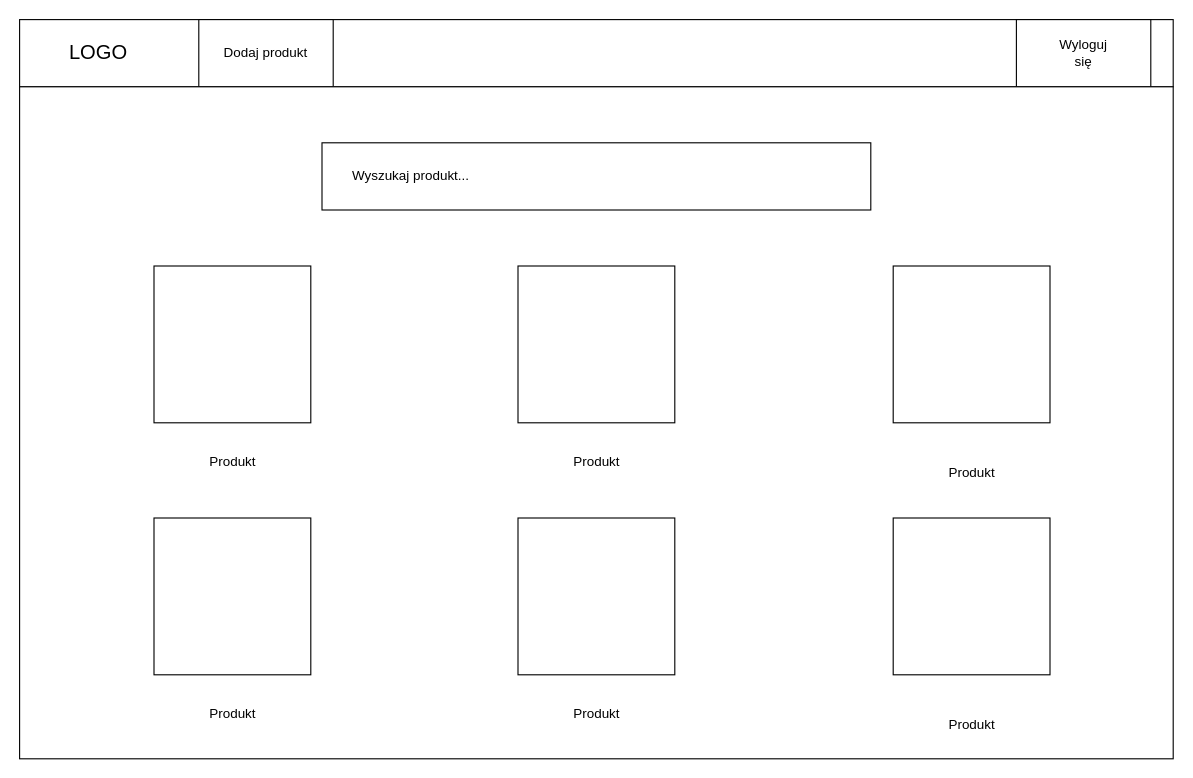
Before: 7/koordynator/panel_koordynator.drawio in Tarik-Alaiwi-dev/PSI-Docs, a draw.io diagram. Source tidied: cells renumbered, new cells numbered last; positions are measured from the earlier drawing's top-left corner, leaving out a move shared by most shapes. Both pictures are drawn from the tidied source at 112%, with x=0, y=0 at pixel (19, 19).
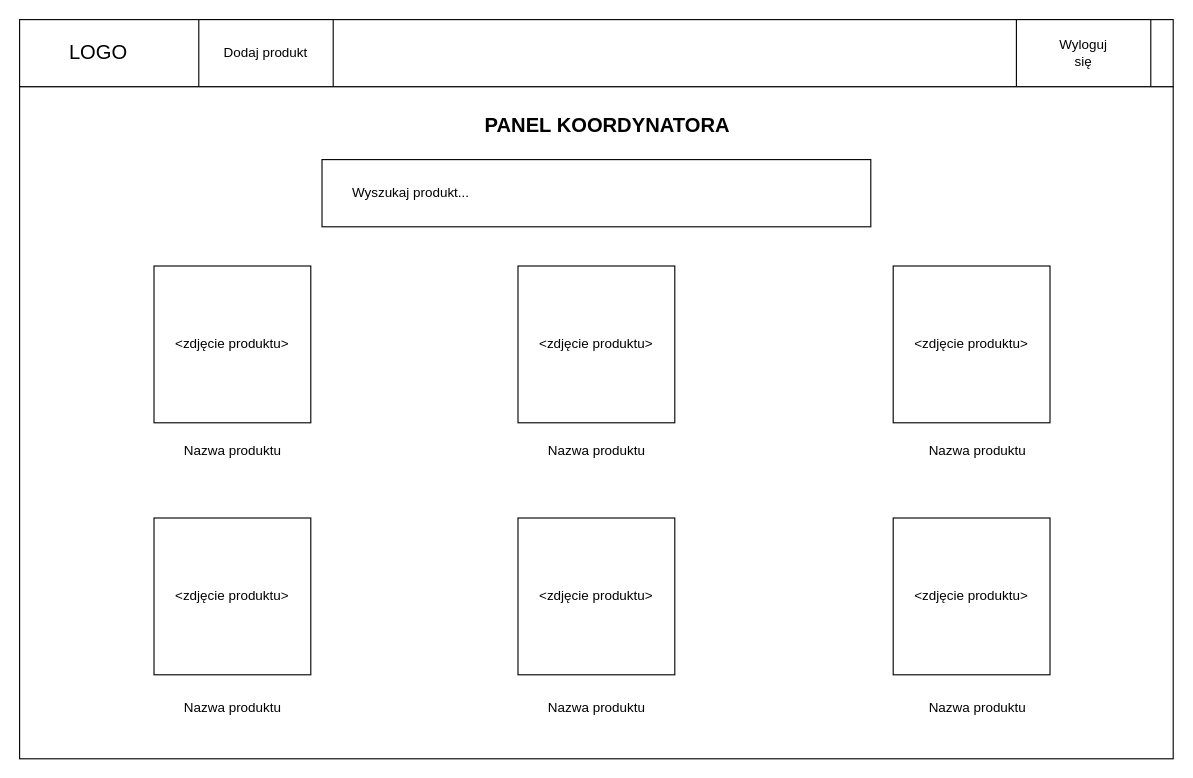
After the change.

The edit, as a diff of the source:
```diff
@@
     <mxCell id="9" style="rounded=0;whiteSpace=wrap;html=1;" parent="1" vertex="1">
-      <mxGeometry x="270" y="110" width="490" height="60" as="geometry" />
+      <mxGeometry x="270" y="125" width="490" height="60" as="geometry" />
     </mxCell>
     <mxCell id="10" value="Wyszukaj produkt..." style="text;html=1;align=center;verticalAlign=middle;strokeColor=none;fillColor=none;" parent="1" vertex="1">
-      <mxGeometry x="284" y="125" width="130" height="30" as="geometry" />
+      <mxGeometry x="284" y="140" width="130" height="30" as="geometry" />
     </mxCell>
@@
-    <mxCell id="14" value="Produkt" style="text;html=1;align=center;verticalAlign=middle;strokeColor=none;fillColor=none;" parent="1" vertex="1">
-      <mxGeometry x="160" y="380" width="60" height="30" as="geometry" />
+    <mxCell id="14" value="Nazwa produktu" style="text;html=1;align=center;verticalAlign=middle;strokeColor=none;fillColor=none;" parent="1" vertex="1">
+      <mxGeometry x="135" y="370" width="110" height="30" as="geometry" />
     </mxCell>
-    <mxCell id="15" value="Produkt" style="text;html=1;align=center;verticalAlign=middle;strokeColor=none;fillColor=none;" parent="1" vertex="1">
-      <mxGeometry x="485" y="380" width="60" height="30" as="geometry" />
+    <mxCell id="15" value="Nazwa produktu" style="text;html=1;align=center;verticalAlign=middle;strokeColor=none;fillColor=none;" parent="1" vertex="1">
+      <mxGeometry x="460" y="370" width="110" height="30" as="geometry" />
     </mxCell>
-    <mxCell id="16" value="Produkt" style="text;html=1;align=center;verticalAlign=middle;strokeColor=none;fillColor=none;" parent="1" vertex="1">
-      <mxGeometry x="820" y="390" width="60" height="30" as="geometry" />
-    </mxCell>
@@
-    <mxCell id="20" value="Produkt" style="text;html=1;align=center;verticalAlign=middle;strokeColor=none;fillColor=none;" parent="1" vertex="1">
-      <mxGeometry x="160" y="605" width="60" height="30" as="geometry" />
-    </mxCell>
-    <mxCell id="21" value="Produkt" style="text;html=1;align=center;verticalAlign=middle;strokeColor=none;fillColor=none;" parent="1" vertex="1">
-      <mxGeometry x="485" y="605" width="60" height="30" as="geometry" />
-    </mxCell>
-    <mxCell id="22" value="Produkt" style="text;html=1;align=center;verticalAlign=middle;strokeColor=none;fillColor=none;" parent="1" vertex="1">
-      <mxGeometry x="820" y="615" width="60" height="30" as="geometry" />
-    </mxCell>
+    <mxCell id="23" value="&amp;lt;zdjęcie produktu&amp;gt;" style="text;html=1;align=center;verticalAlign=middle;whiteSpace=wrap;rounded=0;" parent="1" vertex="1">
+      <mxGeometry x="130" y="275" width="120" height="30" as="geometry" />
+    </mxCell>
+    <mxCell id="24" value="&amp;lt;zdjęcie produktu&amp;gt;" style="text;html=1;align=center;verticalAlign=middle;whiteSpace=wrap;rounded=0;" parent="1" vertex="1">
+      <mxGeometry x="455" y="275" width="120" height="30" as="geometry" />
+    </mxCell>
+    <mxCell id="25" value="&amp;lt;zdjęcie produktu&amp;gt;" style="text;html=1;align=center;verticalAlign=middle;whiteSpace=wrap;rounded=0;" parent="1" vertex="1">
+      <mxGeometry x="790" y="275" width="120" height="30" as="geometry" />
+    </mxCell>
+    <mxCell id="26" value="&amp;lt;zdjęcie produktu&amp;gt;" style="text;html=1;align=center;verticalAlign=middle;whiteSpace=wrap;rounded=0;" parent="1" vertex="1">
+      <mxGeometry x="130" y="500" width="120" height="30" as="geometry" />
+    </mxCell>
+    <mxCell id="27" value="&amp;lt;zdjęcie produktu&amp;gt;" style="text;html=1;align=center;verticalAlign=middle;whiteSpace=wrap;rounded=0;" parent="1" vertex="1">
+      <mxGeometry x="455" y="500" width="120" height="30" as="geometry" />
+    </mxCell>
+    <mxCell id="28" value="&amp;lt;zdjęcie produktu&amp;gt;" style="text;html=1;align=center;verticalAlign=middle;whiteSpace=wrap;rounded=0;" parent="1" vertex="1">
+      <mxGeometry x="790" y="500" width="120" height="30" as="geometry" />
+    </mxCell>
+    <mxCell id="29" value="Nazwa produktu" style="text;html=1;align=center;verticalAlign=middle;strokeColor=none;fillColor=none;" parent="1" vertex="1">
+      <mxGeometry x="800" y="370" width="110" height="30" as="geometry" />
+    </mxCell>
+    <mxCell id="30" value="Nazwa produktu" style="text;html=1;align=center;verticalAlign=middle;strokeColor=none;fillColor=none;" parent="1" vertex="1">
+      <mxGeometry x="135" y="600" width="110" height="30" as="geometry" />
+    </mxCell>
+    <mxCell id="31" value="Nazwa produktu" style="text;html=1;align=center;verticalAlign=middle;strokeColor=none;fillColor=none;" parent="1" vertex="1">
+      <mxGeometry x="460" y="600" width="110" height="30" as="geometry" />
+    </mxCell>
+    <mxCell id="32" value="Nazwa produktu" style="text;html=1;align=center;verticalAlign=middle;strokeColor=none;fillColor=none;" parent="1" vertex="1">
+      <mxGeometry x="800" y="600" width="110" height="30" as="geometry" />
+    </mxCell>
+    <mxCell id="33" value="&lt;b&gt;&lt;font style=&quot;font-size: 18px;&quot;&gt;PANEL KOORDYNATORA&lt;/font&gt;&lt;/b&gt;" style="text;html=1;align=center;verticalAlign=middle;whiteSpace=wrap;rounded=0;" parent="1" vertex="1">
+      <mxGeometry x="342" y="80" width="366" height="30" as="geometry" />
+    </mxCell>
```
